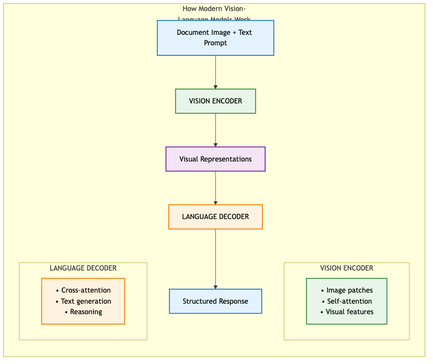
This is presentation_materials/presentation_diagrams/mermaid_exports/Encoder_Decoder_Architecture.png from tmnestor/unified_vision_processor_minimal, a Mermaid export, as it was before one commit. Its source is kept beside it as presentation_materials/presentation_diagrams/mermaid_exports/Encoder_Decoder_Architecture.mmd. The source it was exported from:
```mermaid
graph TD
    subgraph main ["How Modern Vision-Language Models Work"]
        A[Document Image + Text Prompt] --> B[VISION ENCODER]

        subgraph encoder ["VISION ENCODER"]
            B1[• Image patches<br/>• Self-attention<br/>• Visual features]
        end

        B --> C[Visual Representations]
        C --> D[LANGUAGE DECODER]

        subgraph decoder ["LANGUAGE DECODER"]
            D1[• Cross-attention<br/>• Text generation<br/>• Reasoning]
        end

        D --> E[Structured Response]
    end

    classDef inputOutput fill:#e3f2fd,stroke:#1976d2,stroke-width:2px,color:#000
    classDef encoder fill:#e8f5e8,stroke:#388e3c,stroke-width:2px,color:#000
    classDef decoder fill:#fff3e0,stroke:#f57c00,stroke-width:2px,color:#000
    classDef intermediate fill:#f3e5f5,stroke:#7b1fa2,stroke-width:2px,color:#000

    class A,E inputOutput
    class B,B1 encoder
    class D,D1 decoder
    class C intermediate
```
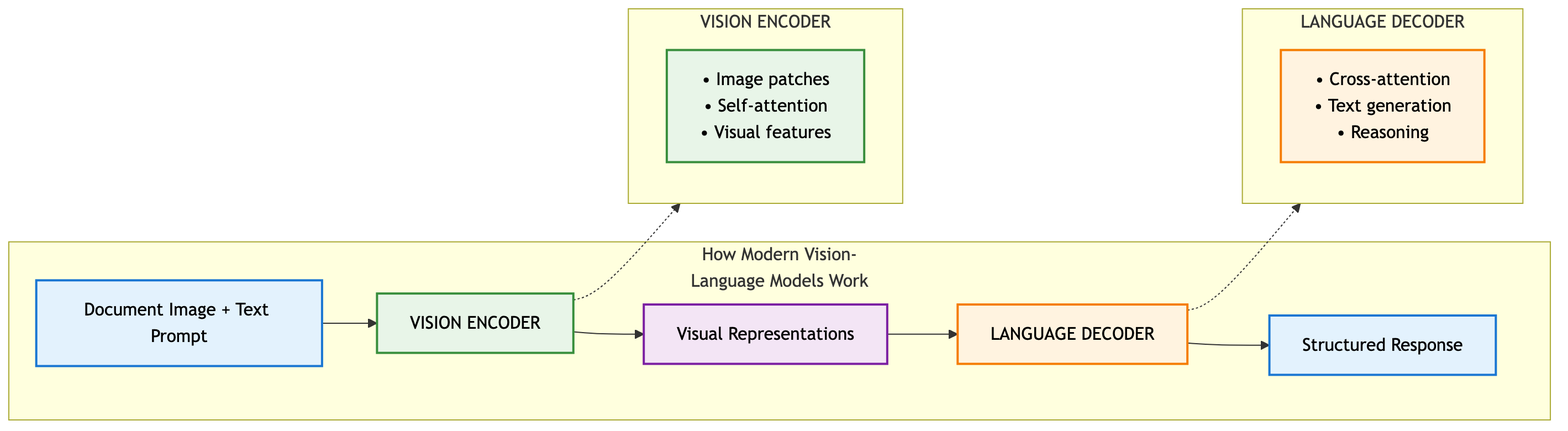
After the commit.

Commit message:
✨ feat: update encoder-decoder architecture and LayoutLM vs Vision Transformer diagrams for improved clarity and structure

Change to the diagram source:
```diff
@@ -1,20 +1,22 @@
-graph TD
+flowchart LR
     subgraph main ["How Modern Vision-Language Models Work"]
+        direction TB
         A[Document Image + Text Prompt] --> B[VISION ENCODER]
-
-        subgraph encoder ["VISION ENCODER"]
-            B1[• Image patches<br/>• Self-attention<br/>• Visual features]
-        end
-
         B --> C[Visual Representations]
         C --> D[LANGUAGE DECODER]
-
-        subgraph decoder ["LANGUAGE DECODER"]
-            D1[• Cross-attention<br/>• Text generation<br/>• Reasoning]
-        end
-
         D --> E[Structured Response]
     end
+
+    subgraph encoder ["VISION ENCODER"]
+        B1[• Image patches<br/>• Self-attention<br/>• Visual features]
+    end
+
+    subgraph decoder ["LANGUAGE DECODER"]
+        D1[• Cross-attention<br/>• Text generation<br/>• Reasoning]
+    end
+
+    B -.-> encoder
+    D -.-> decoder
 
     classDef inputOutput fill:#e3f2fd,stroke:#1976d2,stroke-width:2px,color:#000
     classDef encoder fill:#e8f5e8,stroke:#388e3c,stroke-width:2px,color:#000
```
